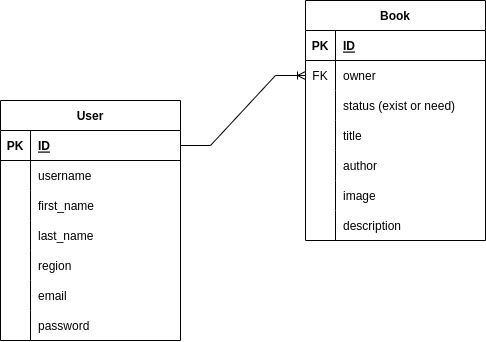
sobirjonovme/book_exchange_api keeps this draw.io diagram as Book_Exchange.drawio.png. Above is the earlier version. Source tidied: cells renumbered, new cells last; positions are measured from the earlier drawing's top-left corner, leaving out a move shared by most shapes.
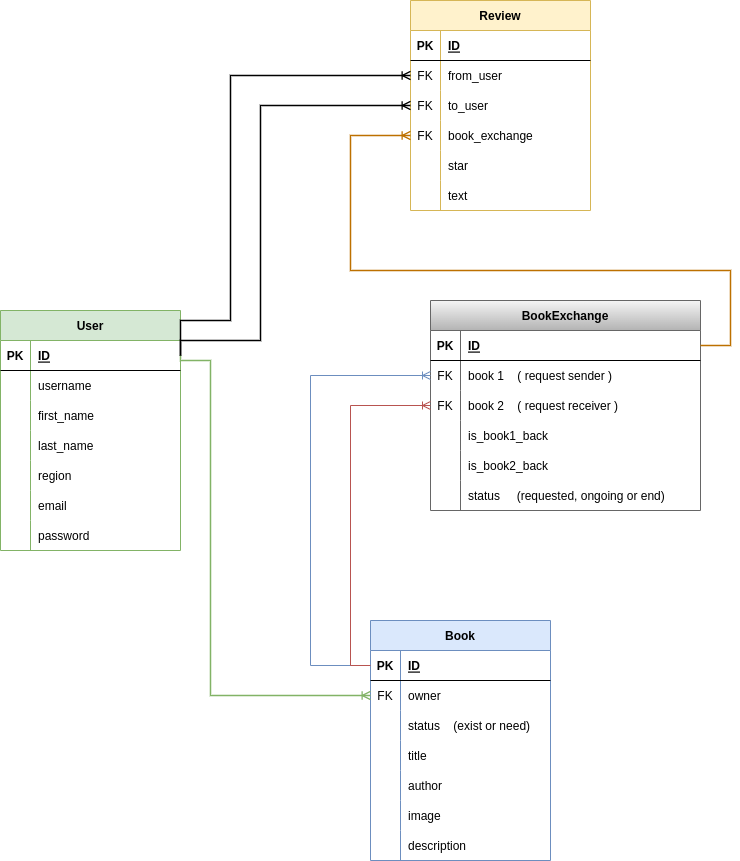
After the commit.

Diff of the diagram source:
```diff
@@ -2,8 +2,8 @@
   <root>
     <mxCell id="0" />
     <mxCell id="1" parent="0" />
-    <mxCell id="2" value="User" style="shape=table;startSize=30;rowLines=0;fontStyle=1;align=center;" parent="1" vertex="1">
-      <mxGeometry y="100" width="180" height="240" as="geometry" />
+    <mxCell id="2" value="User" style="shape=table;startSize=30;rowLines=0;fontStyle=1;align=center;fillColor=#d5e8d4;strokeColor=#82b366;" parent="1" vertex="1">
+      <mxGeometry x="-10" y="330" width="180" height="240" as="geometry" />
     </mxCell>
     <mxCell id="3" style="shape=tableRow;horizontal=0;startSize=0;swimlaneHead=0;swimlaneBody=0;fillColor=none;points=[[0,0.5],[1,0.5]];portConstraint=eastwest;top=0;left=0;right=0;bottom=1;" parent="2" vertex="1">
       <mxGeometry y="30" width="180" height="30" as="geometry" />
@@ -68,8 +68,8 @@
     <mxCell id="23" value="password" style="shape=partialRectangle;fillColor=none;top=0;left=0;bottom=0;right=0;align=left;spacingLeft=6;overflow=hidden;" parent="21" vertex="1">
       <mxGeometry x="30" width="150" height="30" as="geometry" />
     </mxCell>
-    <mxCell id="24" value="Book" style="shape=table;startSize=30;rowLines=0;fontStyle=1;align=center;" parent="1" vertex="1">
-      <mxGeometry x="305" width="180" height="240" as="geometry" />
+    <mxCell id="24" value="Book" style="shape=table;startSize=30;rowLines=0;fontStyle=1;align=center;fillColor=#dae8fc;strokeColor=#6c8ebf;" parent="1" vertex="1">
+      <mxGeometry x="360" y="640" width="180" height="240" as="geometry" />
     </mxCell>
     <mxCell id="25" style="shape=tableRow;horizontal=0;startSize=0;swimlaneHead=0;swimlaneBody=0;fillColor=none;points=[[0,0.5],[1,0.5]];portConstraint=eastwest;top=0;left=0;right=0;bottom=1;" parent="24" vertex="1">
       <mxGeometry y="30" width="180" height="30" as="geometry" />
@@ -95,7 +95,7 @@
     <mxCell id="32" style="shape=partialRectangle;fillColor=none;top=0;left=0;bottom=0;right=0;overflow=hidden;" parent="31" vertex="1">
       <mxGeometry width="30" height="30" as="geometry" />
     </mxCell>
-    <mxCell id="33" value="status (exist or need)" style="shape=partialRectangle;fillColor=none;top=0;left=0;bottom=0;right=0;align=left;spacingLeft=6;overflow=hidden;" parent="31" vertex="1">
+    <mxCell id="33" value="status    (exist or need)" style="shape=partialRectangle;fillColor=none;top=0;left=0;bottom=0;right=0;align=left;spacingLeft=6;overflow=hidden;" parent="31" vertex="1">
       <mxGeometry x="30" width="150" height="30" as="geometry" />
     </mxCell>
     <mxCell id="34" style="shape=tableRow;horizontal=0;startSize=0;swimlaneHead=0;swimlaneBody=0;fillColor=none;top=0;left=0;right=0;bottom=0;" parent="24" vertex="1">
@@ -134,8 +134,172 @@
     <mxCell id="45" value="description" style="shape=partialRectangle;fillColor=none;top=0;left=0;bottom=0;right=0;align=left;spacingLeft=6;overflow=hidden;" parent="43" vertex="1">
       <mxGeometry x="30" width="150" height="30" as="geometry" />
     </mxCell>
-    <mxCell id="46" style="edgeStyle=entityRelationEdgeStyle;fontSize=12;html=1;endArrow=ERoneToMany;rounded=0;exitX=1;exitY=0.5;exitDx=0;exitDy=0;" parent="1" edge="1" source="3" target="28">
-      <mxGeometry relative="1" as="geometry" />
+    <mxCell id="46" style="edgeStyle=orthogonalEdgeStyle;fontSize=12;html=1;endArrow=ERoneToMany;rounded=0;exitX=1;exitY=0.5;exitDx=0;exitDy=0;fillColor=#d5e8d4;strokeColor=#82b366;strokeWidth=1.3;" parent="1" edge="1" source="3" target="28">
+      <mxGeometry relative="1" as="geometry">
+        <Array as="points">
+          <mxPoint x="170" y="380" />
+          <mxPoint x="200" y="380" />
+          <mxPoint x="200" y="715" />
+        </Array>
+      </mxGeometry>
     </mxCell>
+    <mxCell id="47" value="BookExchange" style="shape=table;startSize=30;rowLines=0;fontStyle=1;align=center;fillColor=#f5f5f5;gradientColor=#b3b3b3;strokeColor=#666666;" parent="1" vertex="1">
+      <mxGeometry x="420" y="320" width="270" height="210" as="geometry" />
+    </mxCell>
+    <mxCell id="48" style="shape=tableRow;horizontal=0;startSize=0;swimlaneHead=0;swimlaneBody=0;fillColor=none;points=[[0,0.5],[1,0.5]];portConstraint=eastwest;top=0;left=0;right=0;bottom=1;" parent="47" vertex="1">
+      <mxGeometry y="30" width="270" height="30" as="geometry" />
+    </mxCell>
+    <mxCell id="49" value="PK" style="shape=partialRectangle;fillColor=none;top=0;left=0;bottom=0;right=0;fontStyle=1;overflow=hidden;" parent="48" vertex="1">
+      <mxGeometry width="30" height="30" as="geometry" />
+    </mxCell>
+    <mxCell id="50" value="ID" style="shape=partialRectangle;fillColor=none;top=0;left=0;bottom=0;right=0;align=left;spacingLeft=6;fontStyle=5;overflow=hidden;" parent="48" vertex="1">
+      <mxGeometry x="30" width="240" height="30" as="geometry" />
+    </mxCell>
+    <mxCell id="51" style="shape=tableRow;horizontal=0;startSize=0;swimlaneHead=0;swimlaneBody=0;fillColor=none;points=[[0,0.5],[1,0.5]];portConstraint=eastwest;top=0;left=0;right=0;bottom=0;" parent="47" vertex="1">
+      <mxGeometry y="60" width="270" height="30" as="geometry" />
+    </mxCell>
+    <mxCell id="52" value="FK" style="shape=partialRectangle;fillColor=none;top=0;left=0;bottom=0;right=0;overflow=hidden;" parent="51" vertex="1">
+      <mxGeometry width="30" height="30" as="geometry" />
+    </mxCell>
+    <mxCell id="53" value="book 1    ( request sender )" style="shape=partialRectangle;fillColor=none;top=0;left=0;bottom=0;right=0;align=left;spacingLeft=6;overflow=hidden;" parent="51" vertex="1">
+      <mxGeometry x="30" width="240" height="30" as="geometry" />
+    </mxCell>
+    <mxCell id="54" style="shape=tableRow;horizontal=0;startSize=0;swimlaneHead=0;swimlaneBody=0;fillColor=none;points=[[0,0.5],[1,0.5]];portConstraint=eastwest;top=0;left=0;right=0;bottom=0;" parent="47" vertex="1">
+      <mxGeometry y="90" width="270" height="30" as="geometry" />
+    </mxCell>
+    <mxCell id="55" value="FK" style="shape=partialRectangle;fillColor=none;top=0;left=0;bottom=0;right=0;overflow=hidden;" parent="54" vertex="1">
+      <mxGeometry width="30" height="30" as="geometry" />
+    </mxCell>
+    <mxCell id="56" value="book 2    ( request receiver )" style="shape=partialRectangle;fillColor=none;top=0;left=0;bottom=0;right=0;align=left;spacingLeft=6;overflow=hidden;" parent="54" vertex="1">
+      <mxGeometry x="30" width="240" height="30" as="geometry" />
+    </mxCell>
+    <mxCell id="57" style="shape=tableRow;horizontal=0;startSize=0;swimlaneHead=0;swimlaneBody=0;fillColor=none;top=0;left=0;right=0;bottom=0;" parent="47" vertex="1">
+      <mxGeometry y="120" width="270" height="30" as="geometry" />
+    </mxCell>
+    <mxCell id="58" style="shape=partialRectangle;fillColor=none;top=0;left=0;bottom=0;right=0;overflow=hidden;" parent="57" vertex="1">
+      <mxGeometry width="30" height="30" as="geometry" />
+    </mxCell>
+    <mxCell id="59" value="is_book1_back" style="shape=partialRectangle;fillColor=none;top=0;left=0;bottom=0;right=0;align=left;spacingLeft=6;overflow=hidden;" parent="57" vertex="1">
+      <mxGeometry x="30" width="240" height="30" as="geometry" />
+    </mxCell>
+    <mxCell id="60" style="shape=tableRow;horizontal=0;startSize=0;swimlaneHead=0;swimlaneBody=0;fillColor=none;top=0;left=0;right=0;bottom=0;" parent="47" vertex="1">
+      <mxGeometry y="150" width="270" height="30" as="geometry" />
+    </mxCell>
+    <mxCell id="61" style="shape=partialRectangle;fillColor=none;top=0;left=0;bottom=0;right=0;overflow=hidden;" parent="60" vertex="1">
+      <mxGeometry width="30" height="30" as="geometry" />
+    </mxCell>
+    <mxCell id="62" value="is_book2_back" style="shape=partialRectangle;fillColor=none;top=0;left=0;bottom=0;right=0;align=left;spacingLeft=6;overflow=hidden;" parent="60" vertex="1">
+      <mxGeometry x="30" width="240" height="30" as="geometry" />
+    </mxCell>
+    <mxCell id="63" style="shape=tableRow;horizontal=0;startSize=0;swimlaneHead=0;swimlaneBody=0;fillColor=none;top=0;left=0;right=0;bottom=0;" parent="47" vertex="1">
+      <mxGeometry y="180" width="270" height="30" as="geometry" />
+    </mxCell>
+    <mxCell id="64" style="shape=partialRectangle;fillColor=none;top=0;left=0;bottom=0;right=0;overflow=hidden;" parent="63" vertex="1">
+      <mxGeometry width="30" height="30" as="geometry" />
+    </mxCell>
+    <mxCell id="65" value="status     (requested, ongoing or end)" style="shape=partialRectangle;fillColor=none;top=0;left=0;bottom=0;right=0;align=left;spacingLeft=6;overflow=hidden;" parent="63" vertex="1">
+      <mxGeometry x="30" width="240" height="30" as="geometry" />
+    </mxCell>
+    <mxCell id="66" style="fontSize=12;html=1;endArrow=ERoneToMany;rounded=0;entryX=0;entryY=0.5;entryDx=0;entryDy=0;exitX=0;exitY=0.5;exitDx=0;exitDy=0;edgeStyle=orthogonalEdgeStyle;fillColor=#dae8fc;strokeColor=#6c8ebf;" parent="1" edge="1" source="25" target="51">
+      <mxGeometry relative="1" as="geometry">
+        <Array as="points">
+          <mxPoint x="300" y="685" />
+          <mxPoint x="300" y="395" />
+        </Array>
+      </mxGeometry>
+    </mxCell>
+    <mxCell id="67" style="fontSize=12;html=1;endArrow=ERoneToMany;rounded=0;exitX=0;exitY=0.5;exitDx=0;exitDy=0;entryX=0;entryY=0.5;entryDx=0;entryDy=0;edgeStyle=orthogonalEdgeStyle;fillColor=#f8cecc;strokeColor=#b85450;" parent="1" edge="1" source="25" target="54">
+      <mxGeometry relative="1" as="geometry">
+        <Array as="points">
+          <mxPoint x="340" y="685" />
+          <mxPoint x="340" y="425" />
+        </Array>
+      </mxGeometry>
+    </mxCell>
+    <mxCell id="68" value="Review" style="shape=table;startSize=30;rowLines=0;fontStyle=1;align=center;fillColor=#fff2cc;strokeColor=#d6b656;" parent="1" vertex="1">
+      <mxGeometry x="400" y="20" width="180" height="210" as="geometry" />
+    </mxCell>
+    <mxCell id="69" style="shape=tableRow;horizontal=0;startSize=0;swimlaneHead=0;swimlaneBody=0;fillColor=none;top=0;left=0;right=0;bottom=1;" parent="68" vertex="1">
+      <mxGeometry y="30" width="180" height="30" as="geometry" />
+    </mxCell>
+    <mxCell id="70" value="PK" style="shape=partialRectangle;fillColor=none;top=0;left=0;bottom=0;right=0;fontStyle=1;overflow=hidden;" parent="69" vertex="1">
+      <mxGeometry width="30" height="30" as="geometry" />
+    </mxCell>
+    <mxCell id="71" value="ID" style="shape=partialRectangle;fillColor=none;top=0;left=0;bottom=0;right=0;align=left;spacingLeft=6;fontStyle=5;overflow=hidden;" parent="69" vertex="1">
+      <mxGeometry x="30" width="150" height="30" as="geometry" />
+    </mxCell>
+    <mxCell id="72" style="shape=tableRow;horizontal=0;startSize=0;swimlaneHead=0;swimlaneBody=0;fillColor=none;points=[[0,0.5],[1,0.5]];portConstraint=eastwest;top=0;left=0;right=0;bottom=0;" parent="68" vertex="1">
+      <mxGeometry y="60" width="180" height="30" as="geometry" />
+    </mxCell>
+    <mxCell id="73" value="FK" style="shape=partialRectangle;fillColor=none;top=0;left=0;bottom=0;right=0;overflow=hidden;" parent="72" vertex="1">
+      <mxGeometry width="30" height="30" as="geometry" />
+    </mxCell>
+    <mxCell id="74" value="from_user" style="shape=partialRectangle;fillColor=none;top=0;left=0;bottom=0;right=0;align=left;spacingLeft=6;overflow=hidden;" parent="72" vertex="1">
+      <mxGeometry x="30" width="150" height="30" as="geometry" />
+    </mxCell>
+    <mxCell id="75" style="shape=tableRow;horizontal=0;startSize=0;swimlaneHead=0;swimlaneBody=0;fillColor=none;points=[[0,0.5],[1,0.5]];portConstraint=eastwest;top=0;left=0;right=0;bottom=0;" parent="68" vertex="1">
+      <mxGeometry y="90" width="180" height="30" as="geometry" />
+    </mxCell>
+    <mxCell id="76" value="FK" style="shape=partialRectangle;fillColor=none;top=0;left=0;bottom=0;right=0;overflow=hidden;" parent="75" vertex="1">
+      <mxGeometry width="30" height="30" as="geometry" />
+    </mxCell>
+    <mxCell id="77" value="to_user" style="shape=partialRectangle;fillColor=none;top=0;left=0;bottom=0;right=0;align=left;spacingLeft=6;overflow=hidden;" parent="75" vertex="1">
+      <mxGeometry x="30" width="150" height="30" as="geometry" />
+    </mxCell>
+    <mxCell id="78" style="shape=tableRow;horizontal=0;startSize=0;swimlaneHead=0;swimlaneBody=0;fillColor=none;points=[[0,0.5],[1,0.5]];portConstraint=eastwest;top=0;left=0;right=0;bottom=0;" parent="68" vertex="1">
+      <mxGeometry y="120" width="180" height="30" as="geometry" />
+    </mxCell>
+    <mxCell id="79" value="FK" style="shape=partialRectangle;fillColor=none;top=0;left=0;bottom=0;right=0;overflow=hidden;" parent="78" vertex="1">
+      <mxGeometry width="30" height="30" as="geometry" />
+    </mxCell>
+    <mxCell id="80" value="book_exchange" style="shape=partialRectangle;fillColor=none;top=0;left=0;bottom=0;right=0;align=left;spacingLeft=6;overflow=hidden;" parent="78" vertex="1">
+      <mxGeometry x="30" width="150" height="30" as="geometry" />
+    </mxCell>
+    <mxCell id="81" style="shape=tableRow;horizontal=0;startSize=0;swimlaneHead=0;swimlaneBody=0;fillColor=none;top=0;left=0;right=0;bottom=0;" parent="68" vertex="1">
+      <mxGeometry y="150" width="180" height="30" as="geometry" />
+    </mxCell>
+    <mxCell id="82" style="shape=partialRectangle;fillColor=none;top=0;left=0;bottom=0;right=0;overflow=hidden;" parent="81" vertex="1">
+      <mxGeometry width="30" height="30" as="geometry" />
+    </mxCell>
+    <mxCell id="83" value="star" style="shape=partialRectangle;fillColor=none;top=0;left=0;bottom=0;right=0;align=left;spacingLeft=6;overflow=hidden;" parent="81" vertex="1">
+      <mxGeometry x="30" width="150" height="30" as="geometry" />
+    </mxCell>
+    <mxCell id="84" style="shape=tableRow;horizontal=0;startSize=0;swimlaneHead=0;swimlaneBody=0;fillColor=none;top=0;left=0;right=0;bottom=0;" parent="68" vertex="1">
+      <mxGeometry y="180" width="180" height="30" as="geometry" />
+    </mxCell>
+    <mxCell id="85" style="shape=partialRectangle;fillColor=none;top=0;left=0;bottom=0;right=0;overflow=hidden;" parent="84" vertex="1">
+      <mxGeometry width="30" height="30" as="geometry" />
+    </mxCell>
+    <mxCell id="86" value="text" style="shape=partialRectangle;fillColor=none;top=0;left=0;bottom=0;right=0;align=left;spacingLeft=6;overflow=hidden;" parent="84" vertex="1">
+      <mxGeometry x="30" width="150" height="30" as="geometry" />
+    </mxCell>
+    <mxCell id="87" style="edgeStyle=orthogonalEdgeStyle;fontSize=12;html=1;endArrow=ERoneToMany;rounded=0;sketch=0;strokeWidth=1.3;exitX=1;exitY=0.5;exitDx=0;exitDy=0;entryX=0;entryY=0.5;entryDx=0;entryDy=0;" parent="1" edge="1" source="3" target="72">
+      <mxGeometry relative="1" as="geometry">
+        <Array as="points">
+          <mxPoint x="170" y="340" />
+          <mxPoint x="220" y="340" />
+          <mxPoint x="220" y="95" />
+        </Array>
+      </mxGeometry>
+    </mxCell>
+    <mxCell id="88" style="edgeStyle=orthogonalEdgeStyle;fontSize=12;html=1;endArrow=ERoneToMany;rounded=0;sketch=0;strokeWidth=1.3;exitX=1;exitY=0.5;exitDx=0;exitDy=0;entryX=0;entryY=0.5;entryDx=0;entryDy=0;" parent="1" edge="1" source="3" target="75">
+      <mxGeometry relative="1" as="geometry">
+        <Array as="points">
+          <mxPoint x="170" y="360" />
+          <mxPoint x="250" y="360" />
+          <mxPoint x="250" y="125" />
+        </Array>
+      </mxGeometry>
+    </mxCell>
+    <mxCell id="89" style="edgeStyle=orthogonalEdgeStyle;fontSize=12;html=1;endArrow=ERoneToMany;rounded=0;sketch=0;strokeWidth=1.3;exitX=1;exitY=0.5;exitDx=0;exitDy=0;entryX=0;entryY=0.5;entryDx=0;entryDy=0;fillColor=#f0a30a;strokeColor=#BD7000;" parent="1" edge="1" source="48" target="78">
+      <mxGeometry relative="1" as="geometry">
+        <Array as="points">
+          <mxPoint x="720" y="365" />
+          <mxPoint x="720" y="290" />
+          <mxPoint x="340" y="290" />
+          <mxPoint x="340" y="155" />
+        </Array>
+      </mxGeometry>
+    </mxCell>
   </root>
 </mxGraphModel>
```
